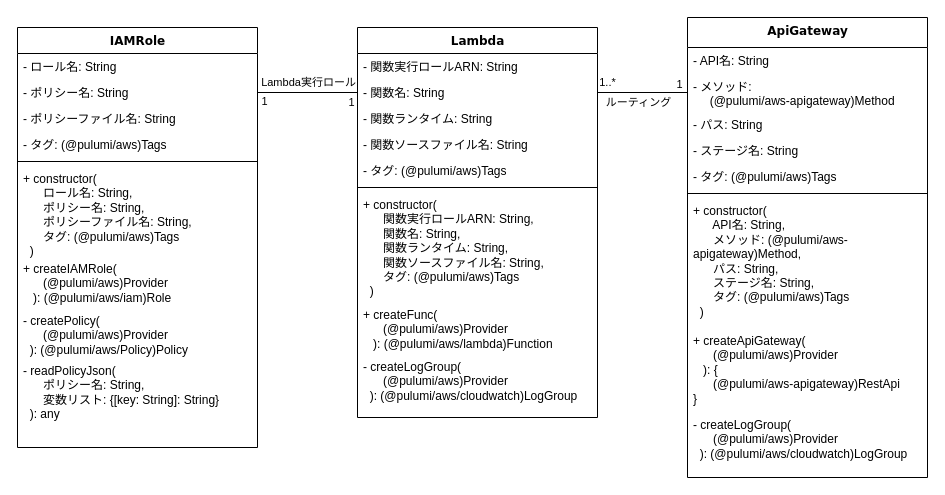
Earlier version of the draw.io diagram .docs/PicToTextInfraClass.drawio (takata-kento/InfraPicToTxt). Source tidied: cells renumbered, new cells numbered last; positions are measured from the earlier drawing's top-left corner, leaving out a move shared by most shapes. Both pictures are drawn from the tidied source at 100%, with x=0, y=0 at pixel (17, 17).
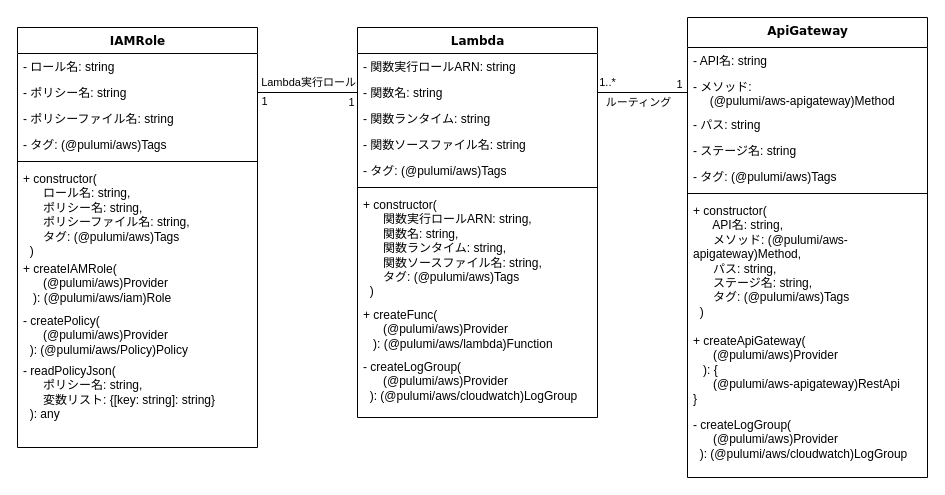
The same page after the edit.

Commit message (it also covers changes not shown here):
String型になっていたものをすべてstring型に変更

Unchanged cells that the change refers to:
```xml
<mxCell id="2" value="Lambda" style="swimlane;html=1;fontStyle=1;align=center;verticalAlign=top;horizontal=1;startSize=26;swimlaneFillColor=#ffffff;rounded=0;shadow=0;comic=0;labelBackgroundColor=none;strokeWidth=1;fillColor=none;fontFamily=Verdana;fontSize=12;" parent="1" vertex="1">
  <mxGeometry x="340" y="10" width="240" height="390" as="geometry" />
</mxCell>
<mxCell id="14" value="&lt;div&gt;ApiGateway&lt;/div&gt;" style="swimlane;html=1;fontStyle=1;align=center;verticalAlign=top;horizontal=1;startSize=30;swimlaneFillColor=#ffffff;rounded=0;shadow=0;comic=0;labelBackgroundColor=none;strokeWidth=1;fillColor=none;fontFamily=Verdana;fontSize=12;" parent="1" vertex="1">
  <mxGeometry x="670" width="240" height="460" as="geometry" />
</mxCell>
<mxCell id="28" value="IAMRole" style="swimlane;html=1;fontStyle=1;align=center;verticalAlign=top;horizontal=1;startSize=26;swimlaneFillColor=#ffffff;rounded=0;shadow=0;comic=0;labelBackgroundColor=none;strokeWidth=1;fillColor=none;fontFamily=Verdana;fontSize=12;" parent="1" vertex="1">
  <mxGeometry y="10" width="240" height="420" as="geometry" />
</mxCell>
```

The edit, as a diff of the source:
```diff
@@
-    <mxCell id="3" value="- 関数実行ロールARN: String" style="text;html=1;strokeColor=none;fillColor=none;align=left;verticalAlign=top;spacingLeft=4;spacingRight=4;whiteSpace=wrap;overflow=hidden;" parent="2" vertex="1">
+    <mxCell id="3" value="- 関数実行ロールARN: string" style="text;html=1;strokeColor=none;fillColor=none;align=left;verticalAlign=top;spacingLeft=4;spacingRight=4;whiteSpace=wrap;overflow=hidden;" parent="2" vertex="1">
       <mxGeometry y="26" width="240" height="26" as="geometry" />
     </mxCell>
-    <mxCell id="4" value="- 関数名: String" style="text;html=1;strokeColor=none;fillColor=none;align=left;verticalAlign=top;spacingLeft=4;spacingRight=4;whiteSpace=wrap;overflow=hidden;points=[[0,0.5],[1,0.5]];portConstraint=eastwest;" parent="2" vertex="1">
+    <mxCell id="4" value="- 関数名: string" style="text;html=1;strokeColor=none;fillColor=none;align=left;verticalAlign=top;spacingLeft=4;spacingRight=4;whiteSpace=wrap;overflow=hidden;points=[[0,0.5],[1,0.5]];portConstraint=eastwest;" parent="2" vertex="1">
       <mxGeometry y="52" width="240" height="26" as="geometry" />
     </mxCell>
-    <mxCell id="5" value="- 関数ランタイム: String" style="text;html=1;strokeColor=none;fillColor=none;align=left;verticalAlign=top;spacingLeft=4;spacingRight=4;whiteSpace=wrap;overflow=hidden;" parent="2" vertex="1">
+    <mxCell id="5" value="- 関数ランタイム: string" style="text;html=1;strokeColor=none;fillColor=none;align=left;verticalAlign=top;spacingLeft=4;spacingRight=4;whiteSpace=wrap;overflow=hidden;" parent="2" vertex="1">
       <mxGeometry y="78" width="240" height="26" as="geometry" />
     </mxCell>
-    <mxCell id="6" value="- 関数ソースファイル名: String" style="text;html=1;strokeColor=none;fillColor=none;align=left;verticalAlign=top;spacingLeft=4;spacingRight=4;whiteSpace=wrap;overflow=hidden;" parent="2" vertex="1">
+    <mxCell id="6" value="- 関数ソースファイル名: string" style="text;html=1;strokeColor=none;fillColor=none;align=left;verticalAlign=top;spacingLeft=4;spacingRight=4;whiteSpace=wrap;overflow=hidden;" parent="2" vertex="1">
       <mxGeometry y="104" width="240" height="26" as="geometry" />
     </mxCell>
@@
-    <mxCell id="9" value="+ constructor(&lt;div&gt;&amp;nbsp; &amp;nbsp; &amp;nbsp; 関数実行ロールARN: String,&lt;/div&gt;&lt;div&gt;&amp;nbsp; &amp;nbsp; &amp;nbsp; 関数名: String,&lt;/div&gt;&lt;div&gt;&amp;nbsp; &amp;nbsp; &amp;nbsp; 関数ランタイム: String,&lt;/div&gt;&lt;div&gt;&amp;nbsp; &amp;nbsp; &amp;nbsp; 関数ソースファイル名: String,&lt;br&gt;&lt;/div&gt;&lt;div&gt;&amp;nbsp; &amp;nbsp; &amp;nbsp; タグ:&amp;nbsp;&lt;span style=&quot;background-color: initial;&quot;&gt;(@pulumi/aws)Tags&lt;/span&gt;&lt;/div&gt;&lt;div&gt;&amp;nbsp; )&lt;/div&gt;" style="text;html=1;strokeColor=none;fillColor=none;align=left;verticalAlign=top;spacingLeft=4;spacingRight=4;whiteSpace=wrap;overflow=hidden;" parent="2" vertex="1">
+    <mxCell id="9" value="+ constructor(&lt;div&gt;&amp;nbsp; &amp;nbsp; &amp;nbsp; 関数実行ロールARN: string,&lt;/div&gt;&lt;div&gt;&amp;nbsp; &amp;nbsp; &amp;nbsp; 関数名: string,&lt;/div&gt;&lt;div&gt;&amp;nbsp; &amp;nbsp; &amp;nbsp; 関数ランタイム: string,&lt;/div&gt;&lt;div&gt;&amp;nbsp; &amp;nbsp; &amp;nbsp; 関数ソースファイル名: string,&lt;br&gt;&lt;/div&gt;&lt;div&gt;&amp;nbsp; &amp;nbsp; &amp;nbsp; タグ:&amp;nbsp;&lt;span style=&quot;background-color: initial;&quot;&gt;(@pulumi/aws)Tags&lt;/span&gt;&lt;/div&gt;&lt;div&gt;&amp;nbsp; )&lt;/div&gt;" style="text;html=1;strokeColor=none;fillColor=none;align=left;verticalAlign=top;spacingLeft=4;spacingRight=4;whiteSpace=wrap;overflow=hidden;" parent="2" vertex="1">
       <mxGeometry y="164" width="240" height="110" as="geometry" />
     </mxCell>
@@
-    <mxCell id="15" value="- API名: String" style="text;html=1;strokeColor=none;fillColor=none;align=left;verticalAlign=top;spacingLeft=4;spacingRight=4;whiteSpace=wrap;overflow=hidden;" parent="14" vertex="1">
+    <mxCell id="15" value="- API名: string" style="text;html=1;strokeColor=none;fillColor=none;align=left;verticalAlign=top;spacingLeft=4;spacingRight=4;whiteSpace=wrap;overflow=hidden;" parent="14" vertex="1">
       <mxGeometry y="30" width="240" height="26" as="geometry" />
     </mxCell>
@@
-    <mxCell id="17" value="- パス: String" style="text;html=1;strokeColor=none;fillColor=none;align=left;verticalAlign=top;spacingLeft=4;spacingRight=4;whiteSpace=wrap;overflow=hidden;" parent="14" vertex="1">
+    <mxCell id="17" value="- パス: string" style="text;html=1;strokeColor=none;fillColor=none;align=left;verticalAlign=top;spacingLeft=4;spacingRight=4;whiteSpace=wrap;overflow=hidden;" parent="14" vertex="1">
       <mxGeometry y="94" width="240" height="26" as="geometry" />
     </mxCell>
-    <mxCell id="18" value="- ステージ名: String" style="text;html=1;strokeColor=none;fillColor=none;align=left;verticalAlign=top;spacingLeft=4;spacingRight=4;whiteSpace=wrap;overflow=hidden;" parent="14" vertex="1">
+    <mxCell id="18" value="- ステージ名: string" style="text;html=1;strokeColor=none;fillColor=none;align=left;verticalAlign=top;spacingLeft=4;spacingRight=4;whiteSpace=wrap;overflow=hidden;" parent="14" vertex="1">
       <mxGeometry y="120" width="240" height="26" as="geometry" />
     </mxCell>
@@
-    <mxCell id="21" value="+ constructor(&lt;div&gt;&amp;nbsp; &amp;nbsp; &amp;nbsp; API名: String,&lt;/div&gt;&lt;div&gt;&amp;nbsp; &amp;nbsp; &amp;nbsp; メソッド: (@pulumi/aws-apigateway)Method,&lt;/div&gt;&lt;div&gt;&amp;nbsp; &amp;nbsp; &amp;nbsp; パス: String,&lt;/div&gt;&lt;div&gt;&amp;nbsp; &amp;nbsp; &amp;nbsp; ステージ名: String,&lt;br&gt;&lt;/div&gt;&lt;div&gt;&amp;nbsp; &amp;nbsp; &amp;nbsp; タグ:&amp;nbsp;&lt;span style=&quot;background-color: initial;&quot;&gt;(@pulumi/aws)Tags&lt;/span&gt;&lt;/div&gt;&lt;div&gt;&amp;nbsp; )&lt;/div&gt;" style="text;html=1;strokeColor=none;fillColor=none;align=left;verticalAlign=top;spacingLeft=4;spacingRight=4;whiteSpace=wrap;overflow=hidden;" parent="14" vertex="1">
+    <mxCell id="21" value="+ constructor(&lt;div&gt;&amp;nbsp; &amp;nbsp; &amp;nbsp; API名: string,&lt;/div&gt;&lt;div&gt;&amp;nbsp; &amp;nbsp; &amp;nbsp; メソッド: (@pulumi/aws-apigateway)Method,&lt;/div&gt;&lt;div&gt;&amp;nbsp; &amp;nbsp; &amp;nbsp; パス: string,&lt;/div&gt;&lt;div&gt;&amp;nbsp; &amp;nbsp; &amp;nbsp; ステージ名: string,&lt;br&gt;&lt;/div&gt;&lt;div&gt;&amp;nbsp; &amp;nbsp; &amp;nbsp; タグ:&amp;nbsp;&lt;span style=&quot;background-color: initial;&quot;&gt;(@pulumi/aws)Tags&lt;/span&gt;&lt;/div&gt;&lt;div&gt;&amp;nbsp; )&lt;/div&gt;" style="text;html=1;strokeColor=none;fillColor=none;align=left;verticalAlign=top;spacingLeft=4;spacingRight=4;whiteSpace=wrap;overflow=hidden;" parent="14" vertex="1">
       <mxGeometry y="180" width="240" height="130" as="geometry" />
     </mxCell>
@@
-    <mxCell id="29" value="- ロール名: String" style="text;html=1;strokeColor=none;fillColor=none;align=left;verticalAlign=top;spacingLeft=4;spacingRight=4;whiteSpace=wrap;overflow=hidden;" parent="28" vertex="1">
+    <mxCell id="29" value="- ロール名: string" style="text;html=1;strokeColor=none;fillColor=none;align=left;verticalAlign=top;spacingLeft=4;spacingRight=4;whiteSpace=wrap;overflow=hidden;" parent="28" vertex="1">
       <mxGeometry y="26" width="240" height="26" as="geometry" />
     </mxCell>
-    <mxCell id="30" value="- ポリシー名: String" style="text;html=1;strokeColor=none;fillColor=none;align=left;verticalAlign=top;spacingLeft=4;spacingRight=4;whiteSpace=wrap;overflow=hidden;points=[[0,0.5],[1,0.5]];portConstraint=eastwest;" parent="28" vertex="1">
+    <mxCell id="30" value="- ポリシー名: string" style="text;html=1;strokeColor=none;fillColor=none;align=left;verticalAlign=top;spacingLeft=4;spacingRight=4;whiteSpace=wrap;overflow=hidden;points=[[0,0.5],[1,0.5]];portConstraint=eastwest;" parent="28" vertex="1">
       <mxGeometry y="52" width="240" height="26" as="geometry" />
     </mxCell>
-    <mxCell id="31" value="- ポリシーファイル名:&amp;nbsp;&lt;span style=&quot;background-color: initial;&quot;&gt;String&lt;/span&gt;" style="text;html=1;strokeColor=none;fillColor=none;align=left;verticalAlign=top;spacingLeft=4;spacingRight=4;whiteSpace=wrap;overflow=hidden;" parent="28" vertex="1">
+    <mxCell id="31" value="- ポリシーファイル名: s&lt;span style=&quot;background-color: initial;&quot;&gt;tring&lt;/span&gt;" style="text;html=1;strokeColor=none;fillColor=none;align=left;verticalAlign=top;spacingLeft=4;spacingRight=4;whiteSpace=wrap;overflow=hidden;" parent="28" vertex="1">
       <mxGeometry y="78" width="240" height="26" as="geometry" />
     </mxCell>
@@
-    <mxCell id="34" value="+ constructor(&lt;div&gt;&amp;nbsp; &amp;nbsp; &amp;nbsp; ロール名: String,&lt;/div&gt;&lt;div&gt;&amp;nbsp; &amp;nbsp; &amp;nbsp; ポリシー名: String,&lt;/div&gt;&lt;div&gt;&amp;nbsp; &amp;nbsp; &amp;nbsp; ポリシーファイル名: String,&lt;/div&gt;&lt;div&gt;&amp;nbsp; &amp;nbsp; &amp;nbsp; タグ:&amp;nbsp;&lt;span style=&quot;background-color: initial;&quot;&gt;(@pulumi/aws)Tags&lt;/span&gt;&lt;/div&gt;&lt;div&gt;&amp;nbsp; )&lt;/div&gt;" style="text;html=1;strokeColor=none;fillColor=none;align=left;verticalAlign=top;spacingLeft=4;spacingRight=4;whiteSpace=wrap;overflow=hidden;" parent="28" vertex="1">
+    <mxCell id="34" value="+ constructor(&lt;div&gt;&amp;nbsp; &amp;nbsp; &amp;nbsp; ロール名: string,&lt;/div&gt;&lt;div&gt;&amp;nbsp; &amp;nbsp; &amp;nbsp; ポリシー名: string,&lt;/div&gt;&lt;div&gt;&amp;nbsp; &amp;nbsp; &amp;nbsp; ポリシーファイル名: string,&lt;/div&gt;&lt;div&gt;&amp;nbsp; &amp;nbsp; &amp;nbsp; タグ:&amp;nbsp;&lt;span style=&quot;background-color: initial;&quot;&gt;(@pulumi/aws)Tags&lt;/span&gt;&lt;/div&gt;&lt;div&gt;&amp;nbsp; )&lt;/div&gt;" style="text;html=1;strokeColor=none;fillColor=none;align=left;verticalAlign=top;spacingLeft=4;spacingRight=4;whiteSpace=wrap;overflow=hidden;" parent="28" vertex="1">
       <mxGeometry y="138" width="240" height="90" as="geometry" />
     </mxCell>
@@
-    <mxCell id="37" value="- readPolicyJson(&lt;div&gt;&amp;nbsp; &amp;nbsp; &amp;nbsp; ポリシー名: String,&lt;/div&gt;&lt;div&gt;&lt;span style=&quot;background-color: initial;&quot;&gt;&amp;nbsp; &amp;nbsp; &amp;nbsp; 変数リスト: {[key: String]: String}&lt;/span&gt;&lt;/div&gt;&lt;div&gt;&lt;span style=&quot;background-color: initial;&quot;&gt;&amp;nbsp; ): any&lt;/span&gt;&lt;/div&gt;" style="text;html=1;strokeColor=none;fillColor=none;align=left;verticalAlign=top;spacingLeft=4;spacingRight=4;whiteSpace=wrap;overflow=hidden;" parent="28" vertex="1">
+    <mxCell id="37" value="- readPolicyJson(&lt;div&gt;&amp;nbsp; &amp;nbsp; &amp;nbsp; ポリシー名: string,&lt;/div&gt;&lt;div&gt;&lt;span style=&quot;background-color: initial;&quot;&gt;&amp;nbsp; &amp;nbsp; &amp;nbsp; 変数リスト: {[key: string]: string}&lt;/span&gt;&lt;/div&gt;&lt;div&gt;&lt;span style=&quot;background-color: initial;&quot;&gt;&amp;nbsp; ): any&lt;/span&gt;&lt;/div&gt;" style="text;html=1;strokeColor=none;fillColor=none;align=left;verticalAlign=top;spacingLeft=4;spacingRight=4;whiteSpace=wrap;overflow=hidden;" parent="28" vertex="1">
       <mxGeometry y="330" width="240" height="70" as="geometry" />
     </mxCell>
```
